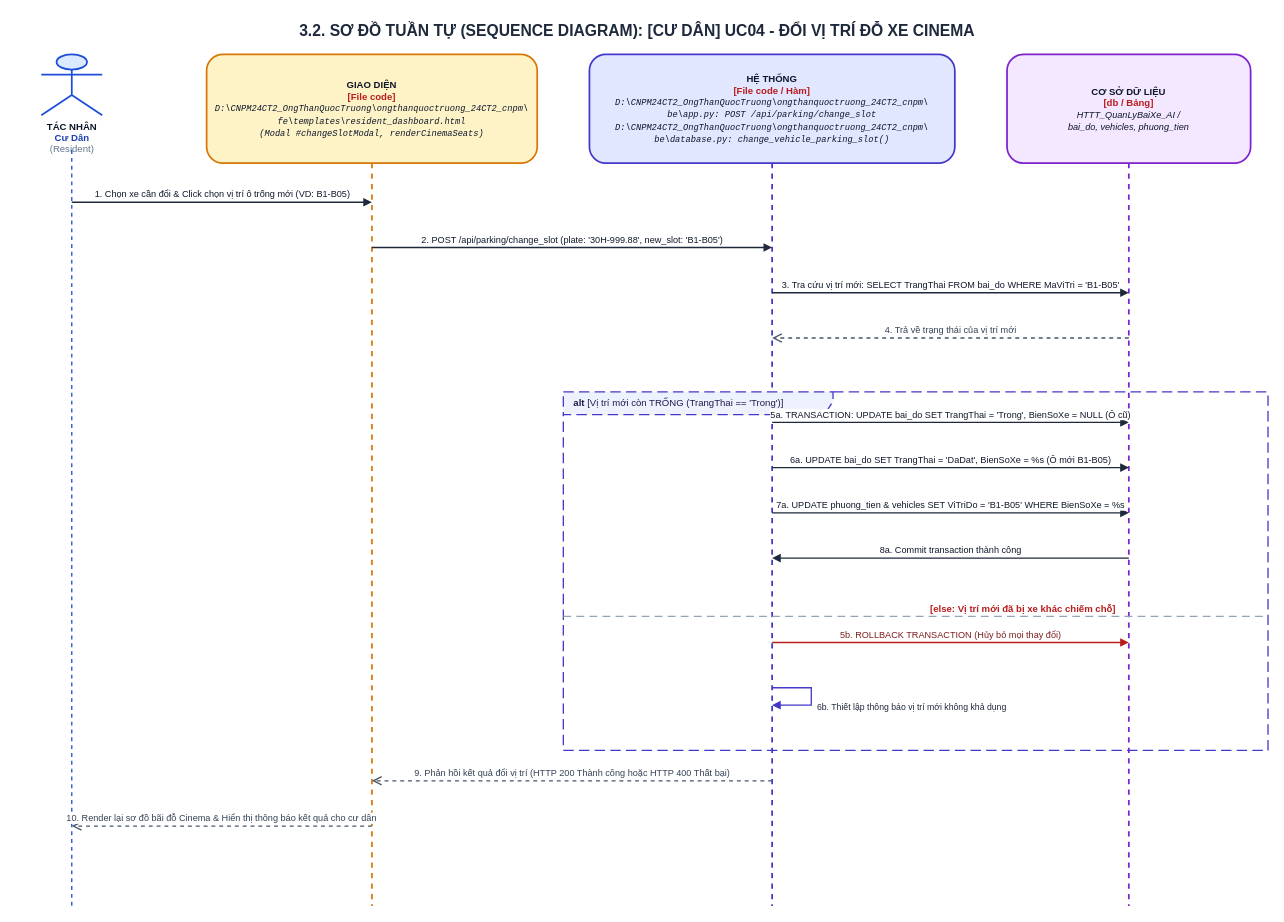
Earlier version of the draw.io diagram ongthanquoctruong_24CT2_cnpm/docs/drawio/uc04_resident_change_slot.drawio (Truong027/CNPM24). Source tidied: cells renumbered, new cells numbered last; positions are measured from the earlier drawing's top-left corner, leaving out a move shared by most shapes. Both pictures are drawn from the tidied source at 87%, with x=0, y=0 at pixel (15, 15).
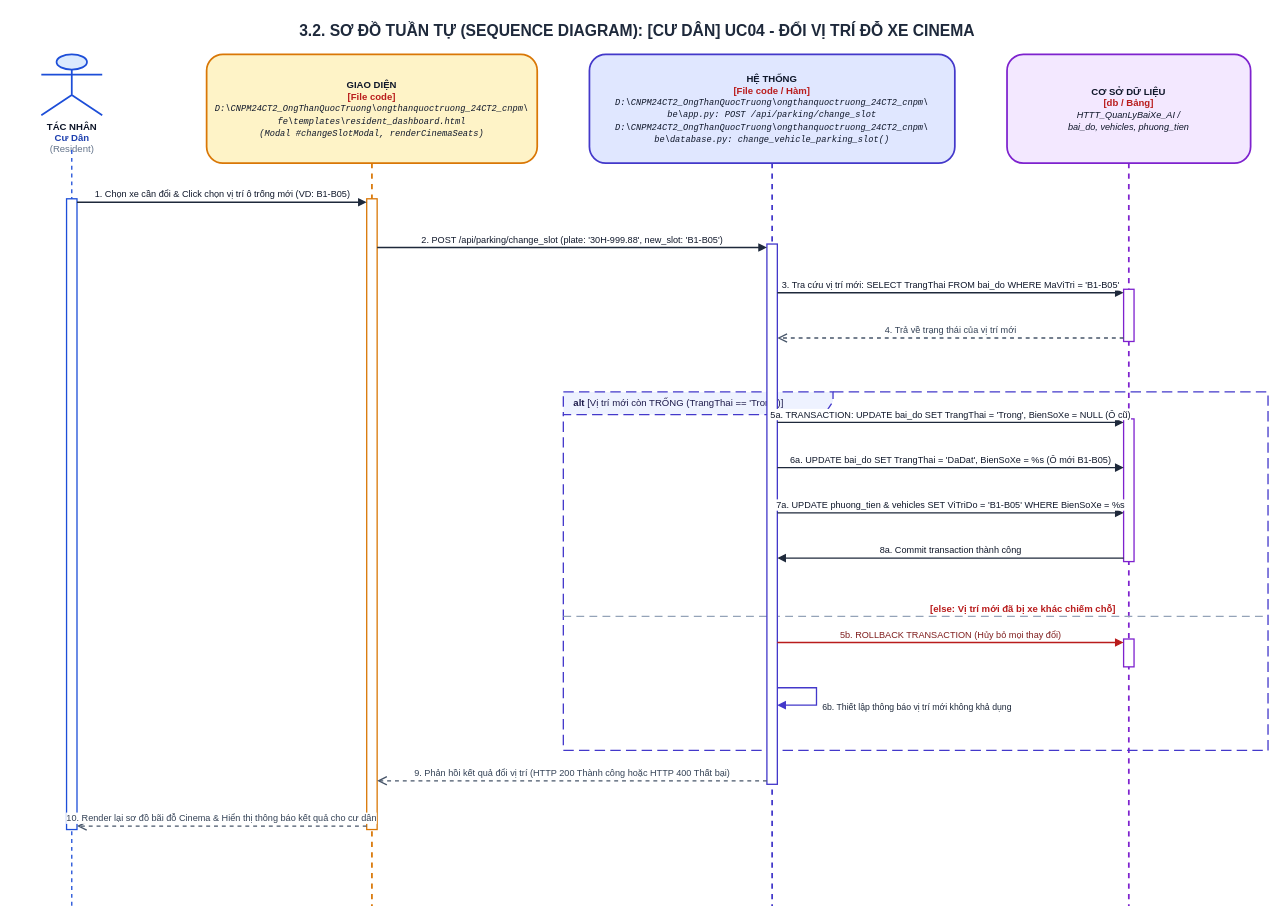
The same diagram, later.

Diff of the diagram source:
```diff
@@
+    <mxCell id="12" value="&lt;b&gt;alt&lt;/b&gt; [Vị trí mới còn TRỐNG (TrangThai == 'Trong')]" style="shape=umlFrame;whiteSpace=wrap;html=1;width=310;height=26;dashed=1;dashPattern=8 4;strokeColor=#4338CA;fillColor=#EEF2FF;strokeWidth=1.5;align=left;spacingLeft=10;verticalAlign=top;fontStyle=0;fontSize=11;fontColor=#1E1B4B;" parent="1" vertex="1">
+      <mxGeometry x="630" y="433" width="810" height="412" as="geometry" />
+    </mxCell>
+    <mxCell id="17" value="&lt;b&gt;[else: Vị trí mới đã bị xe khác chiếm chỗ]&lt;/b&gt;" style="html=1;strokeWidth=1.5;strokeColor=#94A3B8;dashed=1;dashPattern=6 4;endArrow=none;align=left;verticalAlign=bottom;spacingLeft=15;fontColor=#B91C1C;fontSize=11;fontStyle=0;" parent="1" edge="1">
+      <mxGeometry relative="1" as="geometry">
+        <mxPoint x="630" y="691" as="sourcePoint" />
+        <mxPoint x="1440" y="691" as="targetPoint" />
+      </mxGeometry>
+    </mxCell>
+    <mxCell id="22" style="html=1;perimeter=orthogonalPerimeter;targetShapes=umlLifeline;topToBottom=1;fillColor=#FFFFFF;strokeColor=#1D4ED8;strokeWidth=1.5;rounded=0;" parent="1" vertex="1">
+      <mxGeometry x="59" y="211" width="12" height="725" as="geometry" />
+    </mxCell>
+    <mxCell id="23" style="html=1;perimeter=orthogonalPerimeter;targetShapes=umlLifeline;topToBottom=1;fillColor=#FFFFFF;strokeColor=#D97706;strokeWidth=1.5;rounded=0;" parent="1" vertex="1">
+      <mxGeometry x="404" y="211" width="12" height="725" as="geometry" />
+    </mxCell>
+    <mxCell id="24" style="html=1;perimeter=orthogonalPerimeter;targetShapes=umlLifeline;topToBottom=1;fillColor=#FFFFFF;strokeColor=#4338CA;strokeWidth=1.5;rounded=0;" parent="1" vertex="1">
+      <mxGeometry x="864" y="263" width="12" height="621" as="geometry" />
+    </mxCell>
+    <mxCell id="25" style="html=1;perimeter=orthogonalPerimeter;targetShapes=umlLifeline;topToBottom=1;fillColor=#FFFFFF;strokeColor=#7E22CE;strokeWidth=1.5;rounded=0;" parent="1" vertex="1">
+      <mxGeometry x="1274" y="315" width="12" height="60" as="geometry" />
+    </mxCell>
+    <mxCell id="26" style="html=1;perimeter=orthogonalPerimeter;targetShapes=umlLifeline;topToBottom=1;fillColor=#FFFFFF;strokeColor=#7E22CE;strokeWidth=1.5;rounded=0;" parent="1" vertex="1">
+      <mxGeometry x="1274" y="464" width="12" height="164" as="geometry" />
+    </mxCell>
+    <mxCell id="27" style="html=1;perimeter=orthogonalPerimeter;targetShapes=umlLifeline;topToBottom=1;fillColor=#FFFFFF;strokeColor=#7E22CE;strokeWidth=1.5;rounded=0;" parent="1" vertex="1">
+      <mxGeometry x="1274" y="717" width="12" height="32" as="geometry" />
+    </mxCell>
     <mxCell id="8" value="1. Chọn xe cần đổi &amp; Click chọn vị trí ô trống mới (VD: B1-B05)" style="html=1;verticalAlign=bottom;endArrow=block;rounded=0;strokeColor=#1E293B;strokeWidth=1.5;fontColor=#0F172A;fontSize=10.5;" parent="1" edge="1">
       <mxGeometry relative="1" as="geometry">
-        <mxPoint x="65" y="215" as="sourcePoint" />
-        <mxPoint x="410" y="215" as="targetPoint" />
+        <mxPoint x="71" y="215" as="sourcePoint" />
+        <mxPoint x="404" y="215" as="targetPoint" />
       </mxGeometry>
     </mxCell>
     <mxCell id="9" value="2. POST /api/parking/change_slot (plate: '30H-999.88', new_slot: 'B1-B05')" style="html=1;verticalAlign=bottom;endArrow=block;rounded=0;strokeColor=#1E293B;strokeWidth=1.5;fontColor=#0F172A;fontSize=10.5;" parent="1" edge="1">
       <mxGeometry relative="1" as="geometry">
-        <mxPoint x="410" y="267" as="sourcePoint" />
-        <mxPoint x="870" y="267" as="targetPoint" />
+        <mxPoint x="416" y="267" as="sourcePoint" />
+        <mxPoint x="864" y="267" as="targetPoint" />
       </mxGeometry>
     </mxCell>
     <mxCell id="10" value="3. Tra cứu vị trí mới: SELECT TrangThai FROM bai_do WHERE MaViTri = 'B1-B05'" style="html=1;verticalAlign=bottom;endArrow=block;rounded=0;strokeColor=#1E293B;strokeWidth=1.5;fontColor=#0F172A;fontSize=10.5;" parent="1" edge="1">
       <mxGeometry relative="1" as="geometry">
-        <mxPoint x="870" y="319" as="sourcePoint" />
-        <mxPoint x="1280" y="319" as="targetPoint" />
+        <mxPoint x="876" y="319" as="sourcePoint" />
+        <mxPoint x="1274" y="319" as="targetPoint" />
       </mxGeometry>
     </mxCell>
     <mxCell id="11" value="4. Trả về trạng thái của vị trí mới" style="html=1;verticalAlign=bottom;endArrow=open;dashed=1;endSize=8;rounded=0;strokeColor=#475569;strokeWidth=1.5;fontColor=#334155;fontSize=10.5;" parent="1" edge="1">
       <mxGeometry relative="1" as="geometry">
-        <mxPoint x="1280" y="371" as="sourcePoint" />
-        <mxPoint x="870" y="371" as="targetPoint" />
+        <mxPoint x="1274" y="371" as="sourcePoint" />
+        <mxPoint x="876" y="371" as="targetPoint" />
       </mxGeometry>
     </mxCell>
-    <mxCell id="12" value="&lt;b&gt;alt&lt;/b&gt; [Vị trí mới còn TRỐNG (TrangThai == 'Trong')]" style="shape=umlFrame;whiteSpace=wrap;html=1;width=310;height=26;dashed=1;dashPattern=8 4;strokeColor=#4338CA;fillColor=#EEF2FF;strokeWidth=1.5;align=left;spacingLeft=10;verticalAlign=top;fontStyle=0;fontSize=11;fontColor=#1E1B4B;" parent="1" vertex="1">
-      <mxGeometry x="630" y="433" width="810" height="412" as="geometry" />
-    </mxCell>
     <mxCell id="13" value="5a. TRANSACTION: UPDATE bai_do SET TrangThai = 'Trong', BienSoXe = NULL (Ô cũ)" style="html=1;verticalAlign=bottom;endArrow=block;rounded=0;strokeColor=#1E293B;strokeWidth=1.5;fontColor=#0F172A;fontSize=10.5;" parent="1" edge="1">
       <mxGeometry relative="1" as="geometry">
-        <mxPoint x="870" y="468" as="sourcePoint" />
-        <mxPoint x="1280" y="468" as="targetPoint" />
+        <mxPoint x="876" y="468" as="sourcePoint" />
+        <mxPoint x="1274" y="468" as="targetPoint" />
       </mxGeometry>
     </mxCell>
     <mxCell id="14" value="6a. UPDATE bai_do SET TrangThai = 'DaDat', BienSoXe = %s (Ô mới B1-B05)" style="html=1;verticalAlign=bottom;endArrow=block;rounded=0;strokeColor=#1E293B;strokeWidth=1.5;fontColor=#0F172A;fontSize=10.5;" parent="1" edge="1">
       <mxGeometry relative="1" as="geometry">
-        <mxPoint x="870" y="520" as="sourcePoint" />
-        <mxPoint x="1280" y="520" as="targetPoint" />
+        <mxPoint x="876" y="520" as="sourcePoint" />
+        <mxPoint x="1274" y="520" as="targetPoint" />
       </mxGeometry>
     </mxCell>
     <mxCell id="15" value="7a. UPDATE phuong_tien &amp; vehicles SET ViTriDo = 'B1-B05' WHERE BienSoXe = %s" style="html=1;verticalAlign=bottom;endArrow=block;rounded=0;strokeColor=#1E293B;strokeWidth=1.5;fontColor=#0F172A;fontSize=10.5;" parent="1" edge="1">
       <mxGeometry relative="1" as="geometry">
-        <mxPoint x="870" y="572" as="sourcePoint" />
-        <mxPoint x="1280" y="572" as="targetPoint" />
+        <mxPoint x="876" y="572" as="sourcePoint" />
+        <mxPoint x="1274" y="572" as="targetPoint" />
       </mxGeometry>
     </mxCell>
     <mxCell id="16" value="8a. Commit transaction thành công" style="html=1;verticalAlign=bottom;endArrow=block;rounded=0;strokeColor=#1E293B;strokeWidth=1.5;fontColor=#0F172A;fontSize=10.5;" parent="1" edge="1">
       <mxGeometry relative="1" as="geometry">
-        <mxPoint x="1280" y="624" as="sourcePoint" />
-        <mxPoint x="870" y="624" as="targetPoint" />
+        <mxPoint x="1274" y="624" as="sourcePoint" />
+        <mxPoint x="876" y="624" as="targetPoint" />
       </mxGeometry>
     </mxCell>
-    <mxCell id="17" value="&lt;b&gt;[else: Vị trí mới đã bị xe khác chiếm chỗ]&lt;/b&gt;" style="html=1;strokeWidth=1.5;strokeColor=#94A3B8;dashed=1;dashPattern=6 4;endArrow=none;align=left;verticalAlign=bottom;spacingLeft=15;fontColor=#B91C1C;fontSize=11;fontStyle=0;" parent="1" edge="1">
-      <mxGeometry relative="1" as="geometry">
-        <mxPoint x="630" y="691" as="sourcePoint" />
-        <mxPoint x="1440" y="691" as="targetPoint" />
-      </mxGeometry>
-    </mxCell>
     <mxCell id="18" value="5b. ROLLBACK TRANSACTION (Hủy bỏ mọi thay đổi)" style="html=1;verticalAlign=bottom;endArrow=block;rounded=0;strokeColor=#B91C1C;strokeWidth=1.5;fontColor=#7F1D1D;fontSize=10.5;" parent="1" edge="1">
       <mxGeometry relative="1" as="geometry">
-        <mxPoint x="870" y="721" as="sourcePoint" />
-        <mxPoint x="1280" y="721" as="targetPoint" />
+        <mxPoint x="876" y="721" as="sourcePoint" />
+        <mxPoint x="1274" y="721" as="targetPoint" />
       </mxGeometry>
     </mxCell>
     <mxCell id="19" value="6b. Thiết lập thông báo vị trí mới không khả dụng" style="html=1;align=left;spacingLeft=5;verticalAlign=top;endArrow=block;rounded=0;edgeStyle=orthogonalEdgeStyle;curved=0;strokeColor=#4338CA;strokeWidth=1.5;fontColor=#1E293B;fontSize=10;" parent="1" edge="1">
       <mxGeometry relative="1" as="geometry">
-        <mxPoint x="870" y="773" as="sourcePoint" />
-        <mxPoint x="870" y="793" as="targetPoint" />
+        <mxPoint x="876" y="773" as="sourcePoint" />
+        <mxPoint x="876" y="793" as="targetPoint" />
         <Array as="points">
-          <mxPoint x="915" y="773" />
-          <mxPoint x="915" y="793" />
+          <mxPoint x="921" y="773" />
+          <mxPoint x="921" y="793" />
         </Array>
       </mxGeometry>
     </mxCell>
     <mxCell id="20" value="9. Phản hồi kết quả đổi vị trí (HTTP 200 Thành công hoặc HTTP 400 Thất bại)" style="html=1;verticalAlign=bottom;endArrow=open;dashed=1;endSize=8;rounded=0;strokeColor=#475569;strokeWidth=1.5;fontColor=#334155;fontSize=10.5;" parent="1" edge="1">
       <mxGeometry relative="1" as="geometry">
-        <mxPoint x="870" y="880" as="sourcePoint" />
-        <mxPoint x="410" y="880" as="targetPoint" />
+        <mxPoint x="864" y="880" as="sourcePoint" />
+        <mxPoint x="416" y="880" as="targetPoint" />
       </mxGeometry>
     </mxCell>
     <mxCell id="21" value="10. Render lại sơ đồ bãi đỗ Cinema &amp; Hiển thị thông báo kết quả cho cư dân" style="html=1;verticalAlign=bottom;endArrow=open;dashed=1;endSize=8;rounded=0;strokeColor=#475569;strokeWidth=1.5;fontColor=#334155;fontSize=10.5;" parent="1" edge="1">
       <mxGeometry relative="1" as="geometry">
-        <mxPoint x="410" y="932" as="sourcePoint" />
-        <mxPoint x="65" y="932" as="targetPoint" />
+        <mxPoint x="404" y="932" as="sourcePoint" />
+        <mxPoint x="71" y="932" as="targetPoint" />
       </mxGeometry>
     </mxCell>
```
